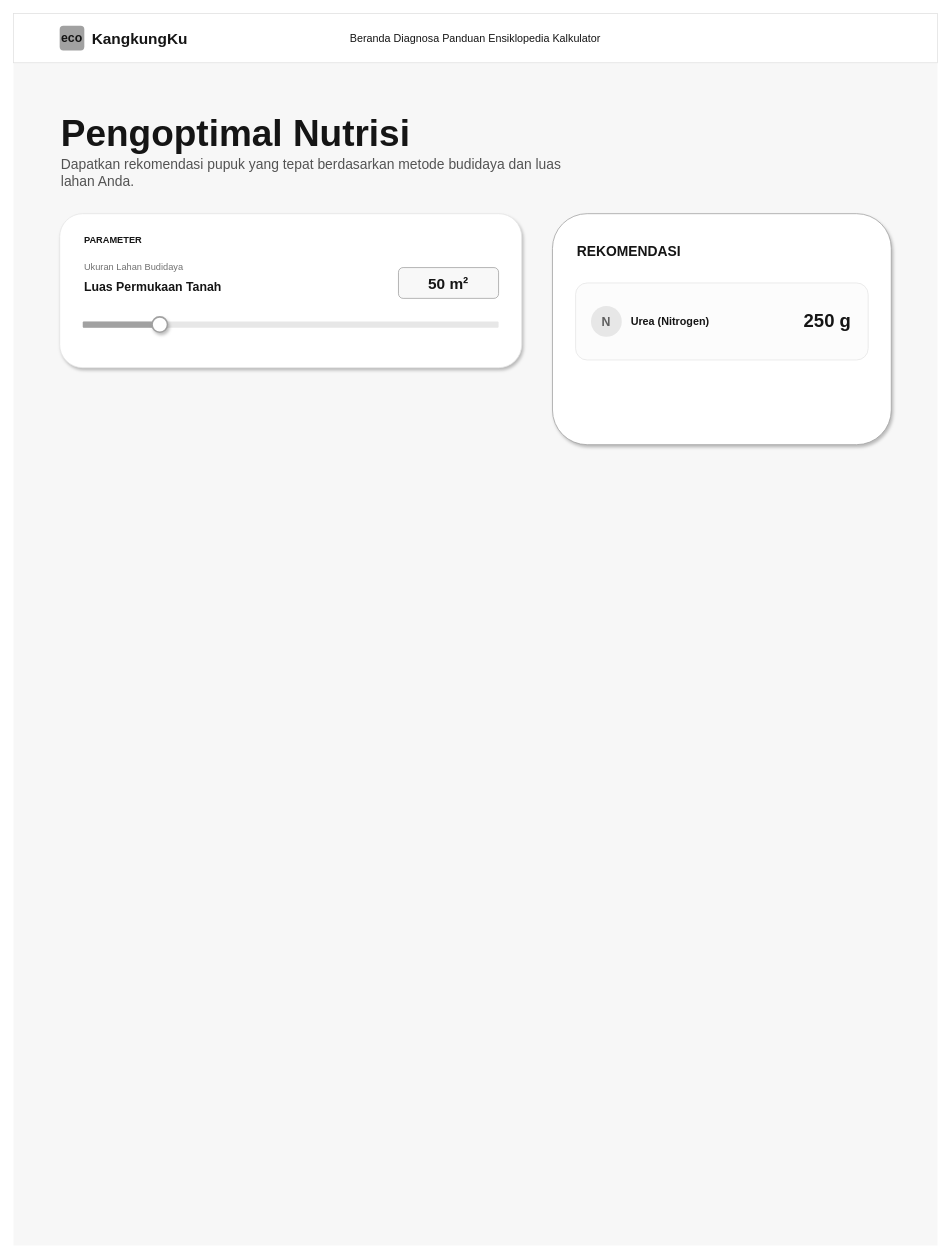
This is diagram/desain_backup/kalkulator.drawio from RajaSunrise/kangkungku, a draw.io file, before an edit. Source tidied: cells renumbered, new cells numbered last; positions are measured from the earlier drawing's top-left corner, leaving out a move shared by most shapes. Both pictures are drawn from the tidied source at 77%, with x=0, y=0 at pixel (13, 13).
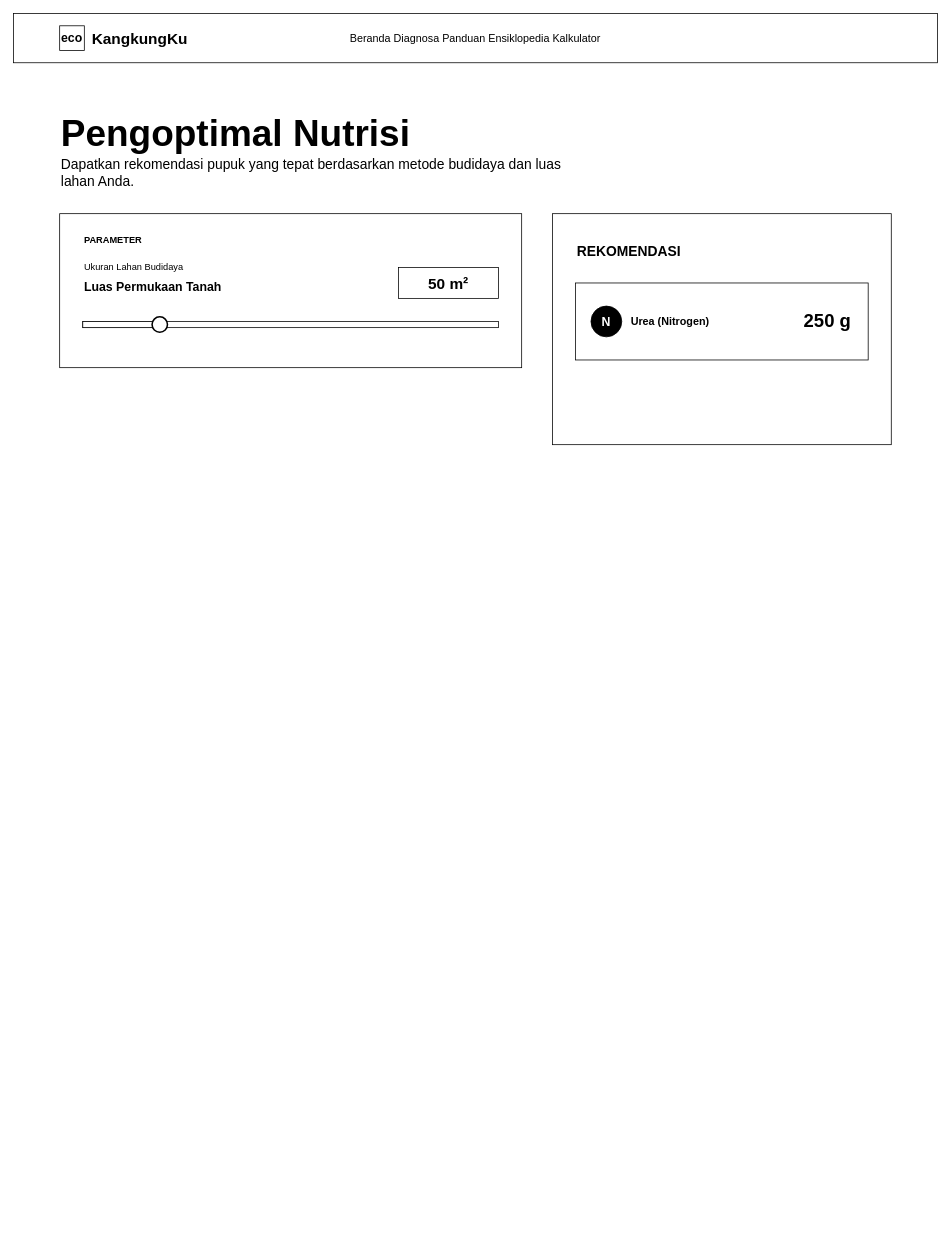
Above is the later version.

Diff of the diagram source:
```diff
@@
-    <mxCell id="2" style="rounded=0;whiteSpace=wrap;html=1;fillColor=#F7F7F7;strokeColor=none;" parent="1" vertex="1">
+    <mxCell id="2" style="rounded=0;whiteSpace=wrap;html=1;fillColor=#FFFFFF;strokeColor=none;" parent="1" vertex="1">
       <mxGeometry width="1200" height="1600" as="geometry" />
     </mxCell>
-    <mxCell id="3" style="rounded=0;whiteSpace=wrap;html=1;fillColor=#FFFFFF;strokeColor=#E1E1E1;strokeWidth=1;" parent="1" vertex="1">
+    <mxCell id="3" style="rounded=0;whiteSpace=wrap;html=1;fillColor=#FFFFFF;strokeColor=#000000;strokeWidth=1;" parent="1" vertex="1">
       <mxGeometry width="1200" height="64" as="geometry" />
     </mxCell>
-    <mxCell id="4" style="rounded=1;whiteSpace=wrap;html=1;fillColor=#A1A1A1;strokeColor=none;" parent="1" vertex="1">
+    <mxCell id="4" style="rounded=0;whiteSpace=wrap;html=1;fillColor=#FFFFFF;strokeColor=#000000;" parent="1" vertex="1">
       <mxGeometry x="60" y="16" width="32" height="32" as="geometry" />
     </mxCell>
-    <mxCell id="5" value="eco" style="text;html=1;strokeColor=none;fillColor=none;align=center;verticalAlign=middle;whiteSpace=wrap;rounded=0;fontColor=#151515;fontSize=16;fontStyle=1;" parent="1" vertex="1">
+    <mxCell id="5" value="eco" style="text;html=1;strokeColor=none;fillColor=none;align=center;verticalAlign=middle;whiteSpace=wrap;rounded=0;fontColor=#000000;fontSize=16;fontStyle=1;" parent="1" vertex="1">
       <mxGeometry x="60" y="16" width="32" height="32" as="geometry" />
     </mxCell>
-    <mxCell id="6" value="KangkungKu" style="text;html=1;strokeColor=none;fillColor=none;align=left;verticalAlign=middle;whiteSpace=wrap;rounded=0;fontColor=#151515;fontSize=20;fontStyle=1;" parent="1" vertex="1">
+    <mxCell id="6" value="KangkungKu" style="text;html=1;strokeColor=none;fillColor=none;align=left;verticalAlign=middle;whiteSpace=wrap;rounded=0;fontColor=#000000;fontSize=20;fontStyle=1;" parent="1" vertex="1">
       <mxGeometry x="100" y="12" width="150" height="40" as="geometry" />
     </mxCell>
-    <mxCell id="7" value="Beranda    Diagnosa    Panduan    Ensiklopedia    Kalkulator" style="text;html=1;strokeColor=none;fillColor=none;align=center;verticalAlign=middle;whiteSpace=wrap;rounded=0;fontColor=#151515;fontSize=14;fontStyle=0;" parent="1" vertex="1">
+    <mxCell id="7" value="Beranda    Diagnosa    Panduan    Ensiklopedia    Kalkulator" style="text;html=1;strokeColor=none;fillColor=none;align=center;verticalAlign=middle;whiteSpace=wrap;rounded=0;fontColor=#000000;fontSize=14;fontStyle=0;" parent="1" vertex="1">
       <mxGeometry x="350" y="12" width="500" height="40" as="geometry" />
     </mxCell>
-    <mxCell id="8" value="Pengoptimal Nutrisi" style="text;html=1;strokeColor=none;fillColor=none;align=left;verticalAlign=top;whiteSpace=wrap;rounded=0;fontColor=#151515;fontSize=48;fontStyle=1;" parent="1" vertex="1">
+    <mxCell id="8" value="Pengoptimal Nutrisi" style="text;html=1;strokeColor=none;fillColor=none;align=left;verticalAlign=top;whiteSpace=wrap;rounded=0;fontColor=#000000;fontSize=48;fontStyle=1;" parent="1" vertex="1">
       <mxGeometry x="60" y="120" width="800" height="60" as="geometry" />
     </mxCell>
-    <mxCell id="9" value="Dapatkan rekomendasi pupuk yang tepat berdasarkan metode budidaya dan luas lahan Anda." style="text;html=1;strokeColor=none;fillColor=none;align=left;verticalAlign=top;whiteSpace=wrap;rounded=0;fontColor=#535353;fontSize=18;lineHeight=1.5;" parent="1" vertex="1">
+    <mxCell id="9" value="Dapatkan rekomendasi pupuk yang tepat berdasarkan metode budidaya dan luas lahan Anda." style="text;html=1;strokeColor=none;fillColor=none;align=left;verticalAlign=top;whiteSpace=wrap;rounded=0;fontColor=#000000;fontSize=18;lineHeight=1.5;" parent="1" vertex="1">
       <mxGeometry x="60" y="180" width="700" height="40" as="geometry" />
     </mxCell>
-    <mxCell id="10" style="rounded=1;whiteSpace=wrap;html=1;fillColor=#FFFFFF;strokeColor=#E6E6E6;shadow=1;" parent="1" vertex="1">
+    <mxCell id="10" style="rounded=0;whiteSpace=wrap;html=1;fillColor=#FFFFFF;strokeColor=#000000;" parent="1" vertex="1">
       <mxGeometry x="60" y="260" width="600" height="200" as="geometry" />
     </mxCell>
-    <mxCell id="11" value="PARAMETER" style="text;html=1;strokeColor=none;fillColor=none;align=left;verticalAlign=middle;whiteSpace=wrap;rounded=0;fontColor=#151515;fontSize=12;fontStyle=1;letterSpacing=0.1em;" parent="1" vertex="1">
+    <mxCell id="11" value="PARAMETER" style="text;html=1;strokeColor=none;fillColor=none;align=left;verticalAlign=middle;whiteSpace=wrap;rounded=0;fontColor=#000000;fontSize=12;fontStyle=1;letterSpacing=0.1em;" parent="1" vertex="1">
       <mxGeometry x="90" y="280" width="200" height="30" as="geometry" />
     </mxCell>
-    <mxCell id="12" value="Ukuran Lahan Budidaya" style="text;html=1;strokeColor=none;fillColor=none;align=left;verticalAlign=middle;whiteSpace=wrap;rounded=0;fontColor=#717171;fontSize=12;" parent="1" vertex="1">
+    <mxCell id="12" value="Ukuran Lahan Budidaya" style="text;html=1;strokeColor=none;fillColor=none;align=left;verticalAlign=middle;whiteSpace=wrap;rounded=0;fontColor=#000000;fontSize=12;" parent="1" vertex="1">
       <mxGeometry x="90" y="320" width="200" height="20" as="geometry" />
     </mxCell>
-    <mxCell id="13" value="Luas Permukaan Tanah" style="text;html=1;strokeColor=none;fillColor=none;align=left;verticalAlign=middle;whiteSpace=wrap;rounded=0;fontColor=#151515;fontSize=16;fontStyle=1;" parent="1" vertex="1">
+    <mxCell id="13" value="Luas Permukaan Tanah" style="text;html=1;strokeColor=none;fillColor=none;align=left;verticalAlign=middle;whiteSpace=wrap;rounded=0;fontColor=#000000;fontSize=16;fontStyle=1;" parent="1" vertex="1">
       <mxGeometry x="90" y="340" width="300" height="30" as="geometry" />
     </mxCell>
-    <mxCell id="14" style="rounded=1;whiteSpace=wrap;html=1;fillColor=#F8F8F8;strokeColor=#A1A1A1;strokeWidth=1;" parent="1" vertex="1">
+    <mxCell id="14" style="rounded=0;whiteSpace=wrap;html=1;fillColor=#FFFFFF;strokeColor=#000000;strokeWidth=1;" parent="1" vertex="1">
       <mxGeometry x="500" y="330" width="130" height="40" as="geometry" />
     </mxCell>
-    <mxCell id="15" value="50 m²" style="text;html=1;strokeColor=none;fillColor=none;align=center;verticalAlign=middle;whiteSpace=wrap;rounded=0;fontColor=#151515;fontSize=20;fontStyle=1;" parent="1" vertex="1">
+    <mxCell id="15" value="50 m²" style="text;html=1;strokeColor=none;fillColor=none;align=center;verticalAlign=middle;whiteSpace=wrap;rounded=0;fontColor=#000000;fontSize=20;fontStyle=1;" parent="1" vertex="1">
       <mxGeometry x="500" y="330" width="130" height="40" as="geometry" />
     </mxCell>
-    <mxCell id="16" style="rounded=1;whiteSpace=wrap;html=1;fillColor=#E7E7E7;strokeColor=none;" parent="1" vertex="1">
+    <mxCell id="16" style="rounded=0;whiteSpace=wrap;html=1;fillColor=#FFFFFF;strokeColor=#000000;" parent="1" vertex="1">
       <mxGeometry x="90" y="400" width="540" height="8" as="geometry" />
     </mxCell>
-    <mxCell id="17" style="rounded=1;whiteSpace=wrap;html=1;fillColor=#A1A1A1;strokeColor=none;" parent="1" vertex="1">
+    <mxCell id="17" style="rounded=0;whiteSpace=wrap;html=1;fillColor=#FFFFFF;strokeColor=#000000;" parent="1" vertex="1">
       <mxGeometry x="90" y="400" width="100" height="8" as="geometry" />
     </mxCell>
-    <mxCell id="18" style="ellipse;whiteSpace=wrap;html=1;fillColor=#FFFFFF;strokeColor=#A1A1A1;strokeWidth=2;shadow=1;" parent="1" vertex="1">
+    <mxCell id="18" style="ellipse;whiteSpace=wrap;html=1;fillColor=#FFFFFF;strokeColor=#000000;strokeWidth=2;" parent="1" vertex="1">
       <mxGeometry x="180" y="394" width="20" height="20" as="geometry" />
     </mxCell>
-    <mxCell id="19" style="rounded=1;whiteSpace=wrap;html=1;fillColor=#FFFFFF;strokeColor=#A1A1A1;strokeWidth=1;shadow=1;" parent="1" vertex="1">
+    <mxCell id="19" style="rounded=0;whiteSpace=wrap;html=1;fillColor=#FFFFFF;strokeColor=#000000;strokeWidth=1;" parent="1" vertex="1">
       <mxGeometry x="700" y="260" width="440" height="300" as="geometry" />
     </mxCell>
-    <mxCell id="20" style="rounded=0;whiteSpace=wrap;html=1;fillColor=none;strokeColor=none;gradientColor=#A1A1A1;gradientDirection=east;" parent="1" vertex="1">
+    <mxCell id="20" style="rounded=0;whiteSpace=wrap;html=1;fillColor=none;strokeColor=none;gradientColor=#A1A1A1;gradientDirection=east;fontColor=#000000;" parent="1" vertex="1">
       <mxGeometry x="700" y="260" width="440" height="4" as="geometry" />
     </mxCell>
-    <mxCell id="21" value="REKOMENDASI" style="text;html=1;strokeColor=none;fillColor=none;align=left;verticalAlign=middle;whiteSpace=wrap;rounded=0;fontColor=#151515;fontSize=18;fontStyle=1;letterSpacing=0.05em;" parent="1" vertex="1">
+    <mxCell id="21" value="REKOMENDASI" style="text;html=1;strokeColor=none;fillColor=none;align=left;verticalAlign=middle;whiteSpace=wrap;rounded=0;fontColor=#000000;fontSize=18;fontStyle=1;letterSpacing=0.05em;" parent="1" vertex="1">
       <mxGeometry x="730" y="290" width="200" height="40" as="geometry" />
     </mxCell>
-    <mxCell id="22" style="rounded=1;whiteSpace=wrap;html=1;fillColor=#FCFCFC;strokeColor=#E6E6E6;strokeDashArray=4 4;" parent="1" vertex="1">
+    <mxCell id="22" style="rounded=0;whiteSpace=wrap;html=1;fillColor=#FFFFFF;strokeColor=#000000;strokeDashArray=4 4;" parent="1" vertex="1">
       <mxGeometry x="730" y="350" width="380" height="100" as="geometry" />
     </mxCell>
-    <mxCell id="23" value="N" style="ellipse;whiteSpace=wrap;html=1;fillColor=#E7E7E7;strokeColor=none;fontColor=#5F5F5F;fontStyle=1;fontSize=16;" parent="1" vertex="1">
+    <mxCell id="23" value="N" style="ellipse;whiteSpace=wrap;html=1;fillColor=#000000;strokeColor=#000000;fontColor=#FFFFFF;fontStyle=1;fontSize=16;" parent="1" vertex="1">
       <mxGeometry x="750" y="380" width="40" height="40" as="geometry" />
     </mxCell>
-    <mxCell id="24" value="Urea (Nitrogen)" style="text;html=1;strokeColor=none;fillColor=none;align=left;verticalAlign=middle;whiteSpace=wrap;rounded=0;fontColor=#151515;fontSize=14;fontStyle=1;" parent="1" vertex="1">
+    <mxCell id="24" value="Urea (Nitrogen)" style="text;html=1;strokeColor=none;fillColor=none;align=left;verticalAlign=middle;whiteSpace=wrap;rounded=0;fontColor=#000000;fontSize=14;fontStyle=1;" parent="1" vertex="1">
       <mxGeometry x="800" y="380" width="150" height="40" as="geometry" />
     </mxCell>
-    <mxCell id="25" value="250 g" style="text;html=1;strokeColor=none;fillColor=none;align=right;verticalAlign=middle;whiteSpace=wrap;rounded=0;fontColor=#151515;fontSize=24;fontStyle=1;" parent="1" vertex="1">
+    <mxCell id="25" value="250 g" style="text;html=1;strokeColor=none;fillColor=none;align=right;verticalAlign=middle;whiteSpace=wrap;rounded=0;fontColor=#000000;fontSize=24;fontStyle=1;" parent="1" vertex="1">
       <mxGeometry x="980" y="380" width="110" height="40" as="geometry" />
     </mxCell>
```
